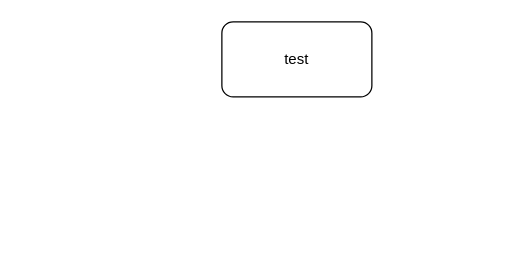
This is flow-charts/未命名绘图.drawio from mtxmwy/supply-chain, a draw.io file, before an edit. Source tidied: cells renumbered, new cells numbered last; positions are measured from the earlier drawing's top-left corner, leaving out a move shared by most shapes. Both pictures are drawn from the tidied source at 125%, with x=0, y=0 at pixel (221, 21).
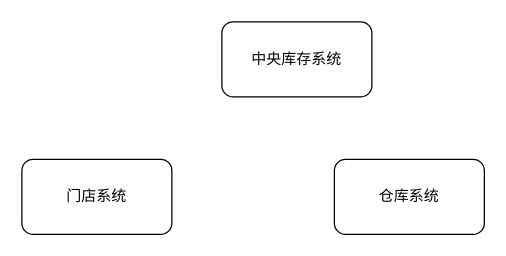
The same diagram, later.

Diff of the diagram source:
```diff
@@
 <mxGraphModel>
   <root>
     <mxCell id="0" />
     <mxCell id="1" parent="0" />
-    <mxCell id="2" value="test" style="rounded=1;whiteSpace=wrap;html=1;" parent="1" vertex="1">
+    <mxCell id="2" value="中央库存系统" style="rounded=1;whiteSpace=wrap;html=1;" parent="1" vertex="1">
       <mxGeometry width="120" height="60" as="geometry" />
     </mxCell>
+    <mxCell id="3" value="门店系统" style="rounded=1;whiteSpace=wrap;html=1;" parent="1" vertex="1">
+      <mxGeometry x="-160" y="110" width="120" height="60" as="geometry" />
+    </mxCell>
+    <mxCell id="4" value="仓库系统" style="rounded=1;whiteSpace=wrap;html=1;" parent="1" vertex="1">
+      <mxGeometry x="90" y="110" width="120" height="60" as="geometry" />
+    </mxCell>
   </root>
 </mxGraphModel>
```
